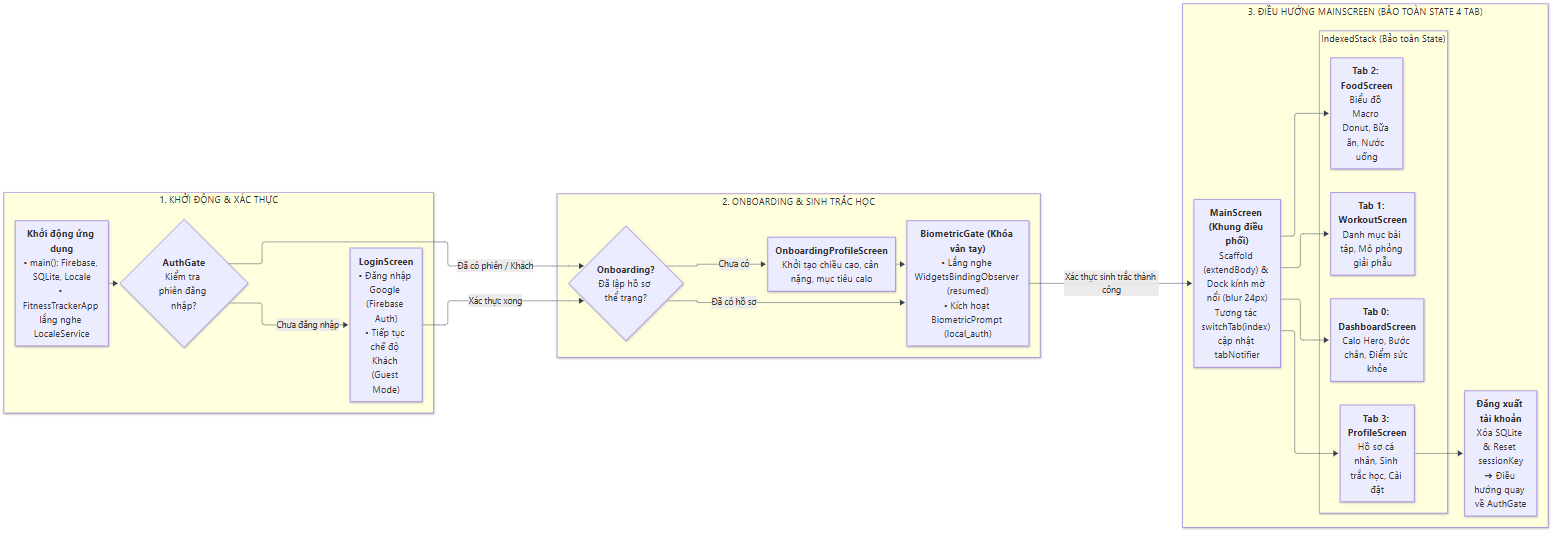
Earlier version of the Mermaid export docs/report/img/luong-dieu-huong.png (CuongHayHo/fitness_app). Its source is kept beside it as docs/report/mermaid/luong-dieu-huong.mmd. Source of this version:
```mermaid
flowchart LR
    subgraph AuthSection ["1. KHỞI ĐỘNG & XÁC THỰC"]
        direction TB
        Start["<b>Khởi động ứng dụng</b><br/>• main(): Firebase, SQLite, Locale<br/>• FitnessTrackerApp lắng nghe LocaleService"]
        AuthGate{"<b>AuthGate</b><br/>Kiểm tra phiên đăng nhập?"}
        Login["<b>LoginScreen</b><br/>• Đăng nhập Google (Firebase Auth)<br/>• Tiếp tục chế độ Khách (Guest Mode)"]
        Start --> AuthGate
        AuthGate -->|Chưa đăng nhập| Login
    end

    subgraph SecuritySection ["2. ONBOARDING & SINH TRẮC HỌC"]
        direction TB
        CheckOnboard{"<b>Onboarding?</b><br/>Đã lập hồ sơ thể trạng?"}
        OnboardScreen["<b>OnboardingProfileScreen</b><br/>Khởi tạo chiều cao, cân nặng, mục tiêu calo"]
        BioGate["<b>BiometricGate (Khóa vân tay)</b><br/>• Lắng nghe WidgetsBindingObserver (resumed)<br/>• Kích hoạt BiometricPrompt (local_auth)"]
        CheckOnboard -->|Chưa có| OnboardScreen
        OnboardScreen --> BioGate
        CheckOnboard -->|Đã có hồ sơ| BioGate
    end

    subgraph MainSection ["3. ĐIỀU HƯỚNG MAINSCREEN (BẢO TOÀN STATE 4 TAB)"]
        direction TB
        MainCoordinator["<b>MainScreen (Khung điều phối)</b><br/>Scaffold (extendBody) & Dock kính mờ nổi (blur 24px)<br/>Tương tác switchTab(index) cập nhật tabNotifier"]

        subgraph TabsGrid ["IndexedStack (Bảo toàn State)"]
            Tab0["<b>Tab 0: DashboardScreen</b><br/>Calo Hero, Bước chân, Điểm sức khỏe"]
            Tab1["<b>Tab 1: WorkoutScreen</b><br/>Danh mục bài tập, Mô phỏng giải phẫu"]
            Tab2["<b>Tab 2: FoodScreen</b><br/>Biểu đồ Macro Donut, Bữa ăn, Nước uống"]
            Tab3["<b>Tab 3: ProfileScreen</b><br/>Hồ sơ cá nhân, Sinh trắc học, Cài đặt"]
        end

        Logout["<b>Đăng xuất tài khoản</b><br/>Xóa SQLite & Reset sessionKey<br/>➔ Điều hướng quay về AuthGate"]

        MainCoordinator --> Tab0
        MainCoordinator --> Tab1
        MainCoordinator --> Tab2
        MainCoordinator --> Tab3
        Tab3 --> Logout
    end

    AuthGate -->|Đã có phiên / Khách| CheckOnboard
    Login -->|Xác thực xong| CheckOnboard
    BioGate -->|Xác thực sinh trắc thành công| MainCoordinator
```
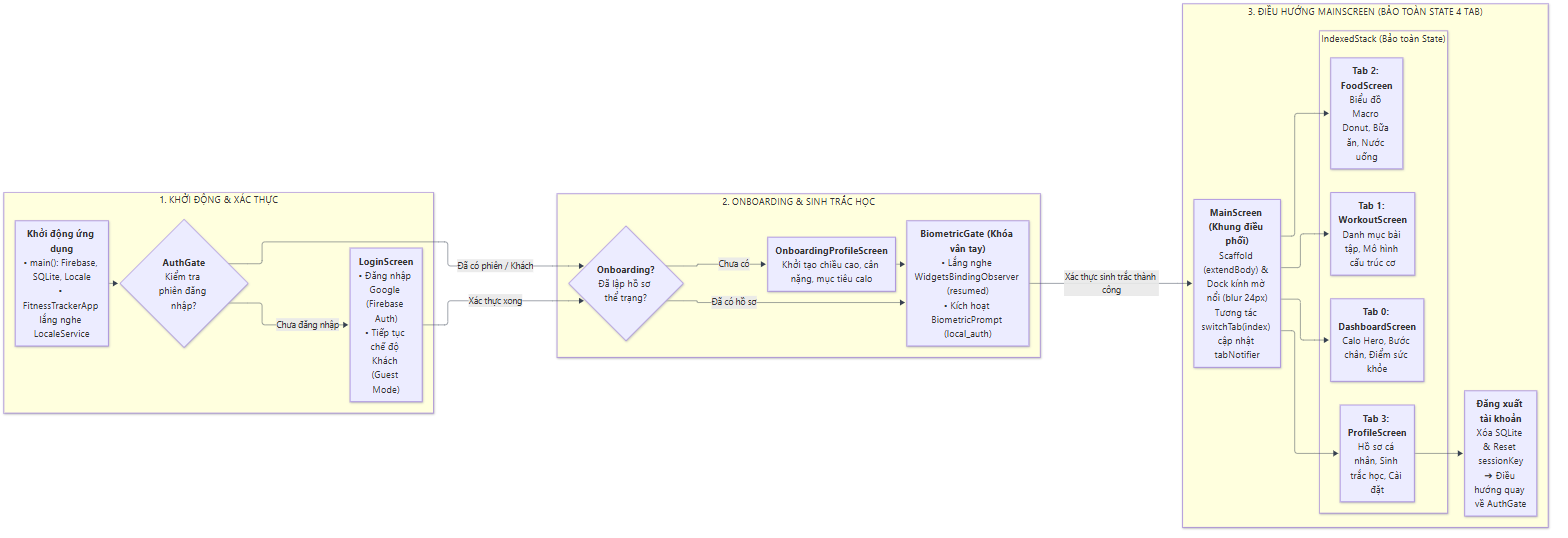
The same diagram one commit later.

Diff of the diagram source:
```diff
@@ -24,7 +24,7 @@
 
         subgraph TabsGrid ["IndexedStack (Bảo toàn State)"]
             Tab0["<b>Tab 0: DashboardScreen</b><br/>Calo Hero, Bước chân, Điểm sức khỏe"]
-            Tab1["<b>Tab 1: WorkoutScreen</b><br/>Danh mục bài tập, Mô phỏng giải phẫu"]
+            Tab1["<b>Tab 1: WorkoutScreen</b><br/>Danh mục bài tập, Mô hình cấu trúc cơ"]
             Tab2["<b>Tab 2: FoodScreen</b><br/>Biểu đồ Macro Donut, Bữa ăn, Nước uống"]
             Tab3["<b>Tab 3: ProfileScreen</b><br/>Hồ sơ cá nhân, Sinh trắc học, Cài đặt"]
         end
```
